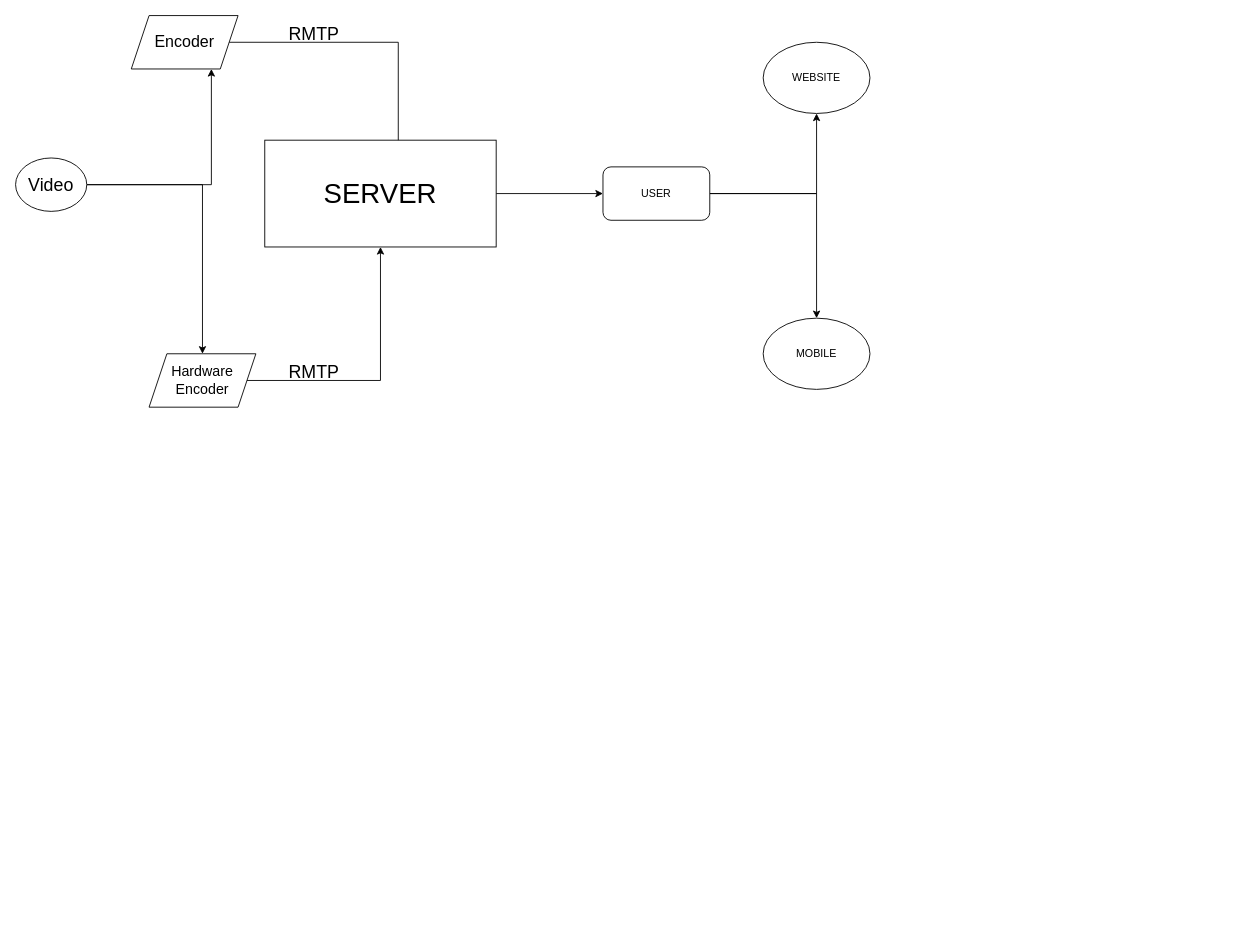
Earlier version of the draw.io diagram video stream schema.drawio (Sukhvsin2/stream_architecture). Source tidied: cells renumbered, new cells numbered last; positions are measured from the earlier drawing's top-left corner, leaving out a move shared by most shapes. Both pictures are drawn from the tidied source at 89%, with x=0, y=0 at pixel (15, 15).
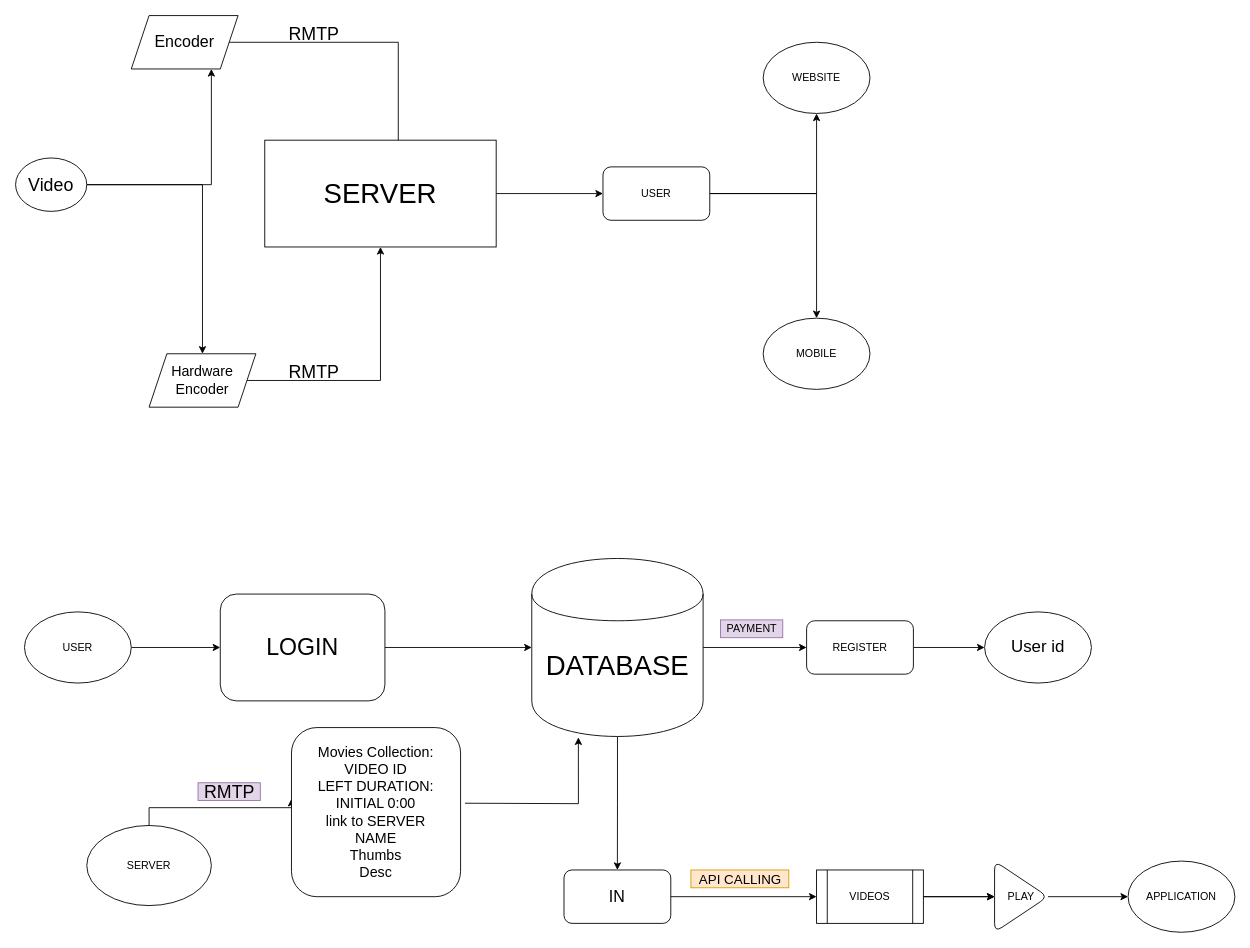
The same diagram, later.

Change to the diagram source:
```diff
@@
+    <mxCell id="19" style="edgeStyle=orthogonalEdgeStyle;rounded=0;jettySize=auto;html=1;" parent="1" edge="1" source="20" target="22">
+      <mxGeometry relative="1" as="geometry" />
+    </mxCell>
+    <mxCell id="20" value="USER" style="ellipse;whiteSpace=wrap;html=1;rounded=1;" parent="1" vertex="1">
+      <mxGeometry x="10" y="670" width="120" height="80" as="geometry" />
+    </mxCell>
+    <mxCell id="21" style="edgeStyle=orthogonalEdgeStyle;rounded=0;jettySize=auto;html=1;" parent="1" edge="1" source="22" target="25">
+      <mxGeometry relative="1" as="geometry" />
+    </mxCell>
+    <mxCell id="22" value="&lt;font style=&quot;font-size: 26px&quot;&gt;LOGIN&lt;/font&gt;" style="whiteSpace=wrap;html=1;rounded=1;" parent="1" vertex="1">
+      <mxGeometry x="230" y="650" width="185" height="120" as="geometry" />
+    </mxCell>
+    <mxCell id="23" style="edgeStyle=orthogonalEdgeStyle;rounded=0;jettySize=auto;html=1;" parent="1" edge="1" source="25" target="26">
+      <mxGeometry relative="1" as="geometry" />
+    </mxCell>
+    <mxCell id="24" style="edgeStyle=orthogonalEdgeStyle;rounded=0;jettySize=auto;html=1;" parent="1" edge="1" source="25" target="28">
+      <mxGeometry relative="1" as="geometry" />
+    </mxCell>
+    <mxCell id="25" value="&lt;span style=&quot;font-size: 31px&quot;&gt;DATABASE&lt;/span&gt;" style="shape=cylinder;whiteSpace=wrap;html=1;boundedLbl=1;backgroundOutline=1;rounded=1;" parent="1" vertex="1">
+      <mxGeometry x="580" y="610" width="192.5" height="200" as="geometry" />
+    </mxCell>
+    <mxCell id="26" value="&lt;font style=&quot;font-size: 18px&quot;&gt;IN&lt;/font&gt;" style="whiteSpace=wrap;html=1;rounded=1;" parent="1" vertex="1">
+      <mxGeometry x="616.2" y="960" width="120" height="60" as="geometry" />
+    </mxCell>
+    <mxCell id="27" style="edgeStyle=orthogonalEdgeStyle;rounded=0;jettySize=auto;html=1;" parent="1" edge="1" source="28" target="29">
+      <mxGeometry relative="1" as="geometry" />
+    </mxCell>
+    <mxCell id="28" value="REGISTER" style="whiteSpace=wrap;html=1;rounded=1;" parent="1" vertex="1">
+      <mxGeometry x="888.8" y="680" width="120" height="60" as="geometry" />
+    </mxCell>
+    <mxCell id="29" value="&lt;font style=&quot;font-size: 19px&quot;&gt;User id&lt;/font&gt;" style="ellipse;whiteSpace=wrap;html=1;rounded=1;" parent="1" vertex="1">
+      <mxGeometry x="1088.8" y="670" width="120" height="80" as="geometry" />
+    </mxCell>
+    <mxCell id="30" value="PAYMENT" style="text;html=1;align=center;verticalAlign=middle;fillColor=#e1d5e7;strokeColor=#9673a6;rounded=0;glass=0;sketch=0;shadow=0;" parent="1" vertex="1">
+      <mxGeometry x="792" y="679" width="70" height="20" as="geometry" />
+    </mxCell>
+    <mxCell id="31" style="edgeStyle=orthogonalEdgeStyle;rounded=0;jettySize=auto;html=1;" parent="1" edge="1" source="42" target="37">
+      <mxGeometry relative="1" as="geometry" />
+    </mxCell>
+    <mxCell id="32" style="edgeStyle=orthogonalEdgeStyle;rounded=0;jettySize=auto;html=1;exitX=0.5;exitY=0;exitDx=0;exitDy=0;" parent="1" edge="1" source="33">
+      <mxGeometry relative="1" as="geometry">
+        <mxPoint x="310" y="880" as="targetPoint" />
+        <Array as="points">
+          <mxPoint x="150" y="890" />
+          <mxPoint x="310" y="890" />
+        </Array>
+      </mxGeometry>
+    </mxCell>
+    <mxCell id="33" value="SERVER" style="ellipse;whiteSpace=wrap;html=1;" parent="1" vertex="1">
+      <mxGeometry x="80" y="910" width="140" height="90" as="geometry" />
+    </mxCell>
+    <mxCell id="34" style="edgeStyle=orthogonalEdgeStyle;rounded=0;jettySize=auto;html=1;exitX=1;exitY=0.5;exitDx=0;exitDy=0;entryX=0.272;entryY=1.005;entryDx=0;entryDy=0;entryPerimeter=0;" parent="1" edge="1" target="25">
+      <mxGeometry relative="1" as="geometry">
+        <mxPoint x="505" y="885" as="sourcePoint" />
+      </mxGeometry>
+    </mxCell>
+    <mxCell id="35" value="&lt;span style=&quot;font-size: 16px&quot;&gt;Movies Collection:&lt;br&gt;VIDEO ID&lt;/span&gt;&lt;br style=&quot;font-size: 16px&quot;&gt;&lt;span style=&quot;font-size: 16px&quot;&gt;LEFT DURATION: INITIAL 0:00&lt;/span&gt;&lt;br style=&quot;font-size: 16px&quot;&gt;&lt;span style=&quot;font-size: 16px&quot;&gt;link to SERVER&lt;br&gt;NAME&lt;br&gt;Thumbs&lt;br&gt;Desc&lt;br&gt;&lt;/span&gt;" style="whiteSpace=wrap;html=1;rounded=1;shadow=0;glass=0;sketch=0;" parent="1" vertex="1">
+      <mxGeometry x="310" y="800" width="190" height="190" as="geometry" />
+    </mxCell>
+    <mxCell id="36" style="edgeStyle=orthogonalEdgeStyle;rounded=0;jettySize=auto;html=1;exitX=1;exitY=0.5;exitDx=0;exitDy=0;" parent="1" edge="1" source="40" target="42">
+      <mxGeometry relative="1" as="geometry" />
+    </mxCell>
+    <mxCell id="37" value="APPLICATION" style="ellipse;whiteSpace=wrap;html=1;" parent="1" vertex="1">
+      <mxGeometry x="1250" y="950" width="120" height="80" as="geometry" />
+    </mxCell>
+    <mxCell id="38" value="&lt;font style=&quot;font-size: 20px&quot;&gt;RMTP&lt;/font&gt;" style="text;html=1;align=center;verticalAlign=middle;fillColor=#e1d5e7;strokeColor=#9673a6;rounded=0;shadow=0;glass=0;sketch=0;" parent="1" vertex="1">
+      <mxGeometry x="205" y="862" width="70" height="20" as="geometry" />
+    </mxCell>
+    <mxCell id="39" value="&lt;font style=&quot;font-size: 15px&quot;&gt;API CALLING&lt;/font&gt;" style="text;html=1;align=center;verticalAlign=middle;fillColor=#ffe6cc;strokeColor=#d79b00;rounded=0;shadow=0;glass=0;sketch=0;" parent="1" vertex="1">
+      <mxGeometry x="758.8" y="960" width="110" height="20" as="geometry" />
+    </mxCell>
+    <mxCell id="40" value="VIDEOS" style="shape=process;whiteSpace=wrap;html=1;backgroundOutline=1;" parent="1" vertex="1">
+      <mxGeometry x="900" y="960" width="120" height="60" as="geometry" />
+    </mxCell>
+    <mxCell id="41" style="edgeStyle=orthogonalEdgeStyle;rounded=0;jettySize=auto;html=1;exitX=1;exitY=0.5;exitDx=0;exitDy=0;" parent="1" edge="1" source="26" target="40">
+      <mxGeometry relative="1" as="geometry" />
+    </mxCell>
+    <mxCell id="42" value="PLAY" style="triangle;whiteSpace=wrap;html=1;rounded=1;shadow=0;glass=0;sketch=0;" parent="1" vertex="1">
+      <mxGeometry x="1100" y="950" width="60" height="80" as="geometry" />
+    </mxCell>
+    <mxCell id="43" style="edgeStyle=orthogonalEdgeStyle;rounded=0;jettySize=auto;html=1;" parent="1" edge="1" source="40" target="42">
+      <mxGeometry relative="1" as="geometry" />
+    </mxCell>
```
